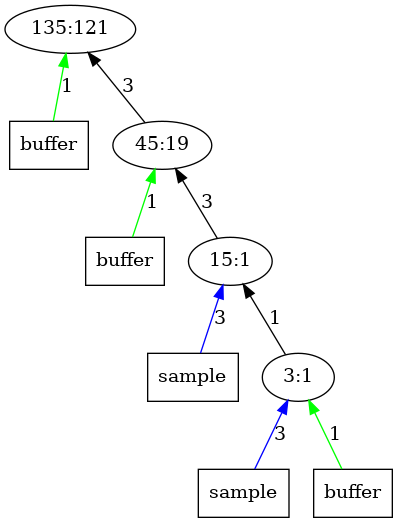
The Graphviz diagram outputImages/op121.png.png in AbhikKhan/MTP_IITG, before a commit. Its source is kept beside it as outputTrees/op121.dot. The source it was exported from:
```dot
digraph Tree{
	rankdir="BT"
	x12 -> 1 [label = "1", color = "green"];
	x12 [label = "buffer", shape = "box"];
	1 [label = "135:121"];
	2 -> 1 [label = "3", color = "black"];
	x22 -> 2 [label = "1", color = "green"];
	x22 [label = "buffer", shape = "box"];
	2 [label = "45:19"];
	3 -> 2 [label = "3", color = "black"];
	x31 -> 3 [label = "3", color = "blue"];
	x31 [label = "sample", shape = "box"];
	3 [label = "15:1"];
	4 -> 3 [label = "1", color = "black"];
	x41 -> 4 [label = "3", color = "blue"];
	x41 [label = "sample", shape = "box"];
	x42 -> 4 [label = "1", color = "green"];
	x42 [label = "buffer", shape = "box"];
	4 [label = "3:1"];
}
```
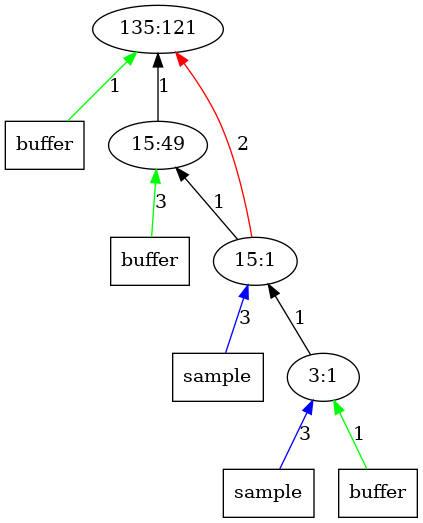
The same diagram one commit later.

Diff of the diagram source:
```diff
@@ -3,11 +3,12 @@
 	x12 -> 1 [label = "1", color = "green"];
 	x12 [label = "buffer", shape = "box"];
 	1 [label = "135:121"];
-	2 -> 1 [label = "3", color = "black"];
-	x22 -> 2 [label = "1", color = "green"];
+	2 -> 1 [label = "1", color = "black"];
+	x22 -> 2 [label = "3", color = "green"];
 	x22 [label = "buffer", shape = "box"];
-	2 [label = "45:19"];
-	3 -> 2 [label = "3", color = "black"];
+	2 [label = "15:49"];
+	3 -> 2 [label = "1", color = "black"];
+	3 -> 1 [label = "2", color = "red"];
 	x31 -> 3 [label = "3", color = "blue"];
 	x31 [label = "sample", shape = "box"];
 	3 [label = "15:1"];
```
